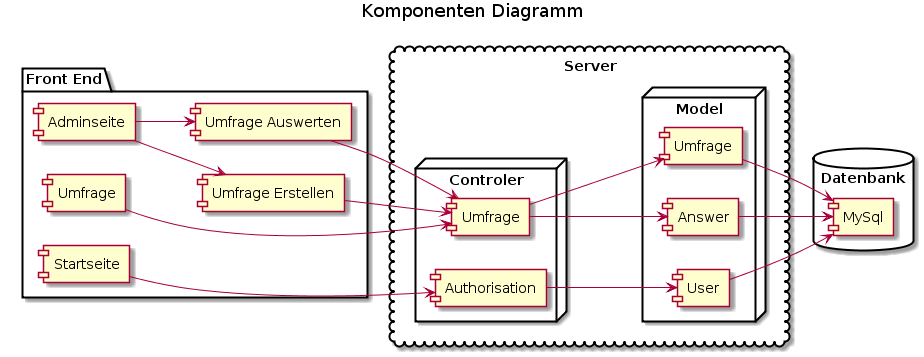
Earlier version of the PlantUML export Doku/Komponenten-Diagramm.png (StarlordTheCoder/ProbeIPA). Source of this version:
```plantuml
@startuml
title Komponenten Diagramm


left to right direction

package "Front End" {
    component [Startseite] as S
    component [Umfrage] as U
    component [Adminseite] as A
    component [Umfrage Erstellen] as UE
    component [Umfrage Auswerten] as UA
}

cloud Server {
    node "Controler" {
        [Umfrage] as UC
        [Authorisation] as AU
    }
    node "Model" {
        [User] as UM
        [Umfrage] as UFM
        [Answer] as AM
    }
}
database "Datenbank" {
    [MySql] as DB
}

A --> UE
A --> UA
S --> AU
U --> UC
UE --> UC
UA --> UC
AU --> UM
UC --> UFM
UC --> AM
AM --> DB
UM --> DB
UFM --> DB
@enduml
```
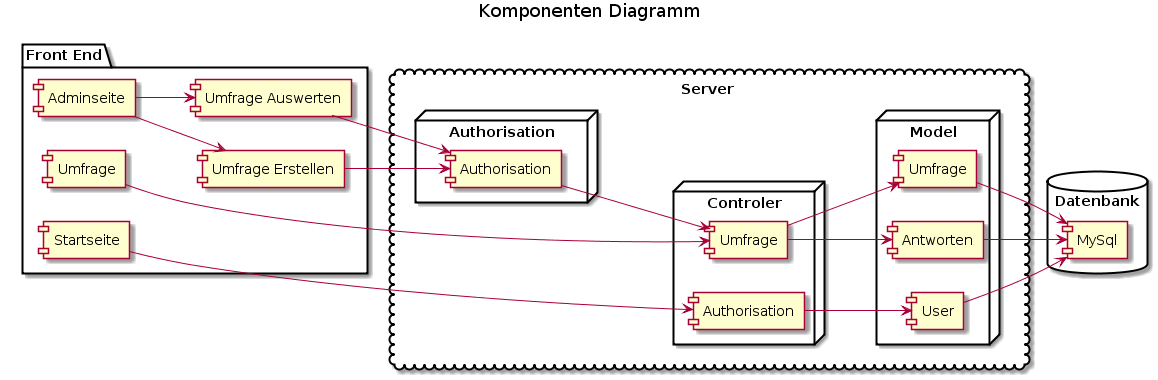
The same file after the commit.

Commit message:
#Software-Architektur

The edit, as a diff of the source:
```diff
@@ -13,6 +13,9 @@
 }
 
 cloud Server {
+    node "Authorisation" {
+        [Authorisation] as AUS
+    }
     node "Controler" {
         [Umfrage] as UC
         [Authorisation] as AU
@@ -20,7 +23,7 @@
     node "Model" {
         [User] as UM
         [Umfrage] as UFM
-        [Answer] as AM
+        [Antworten] as AM
     }
 }
 database "Datenbank" {
@@ -31,8 +34,9 @@
 A --> UA
 S --> AU
 U --> UC
-UE --> UC
-UA --> UC
+UE --> AUS
+UA --> AUS
+AUS --> UC
 AU --> UM
 UC --> UFM
 UC --> AM
```
